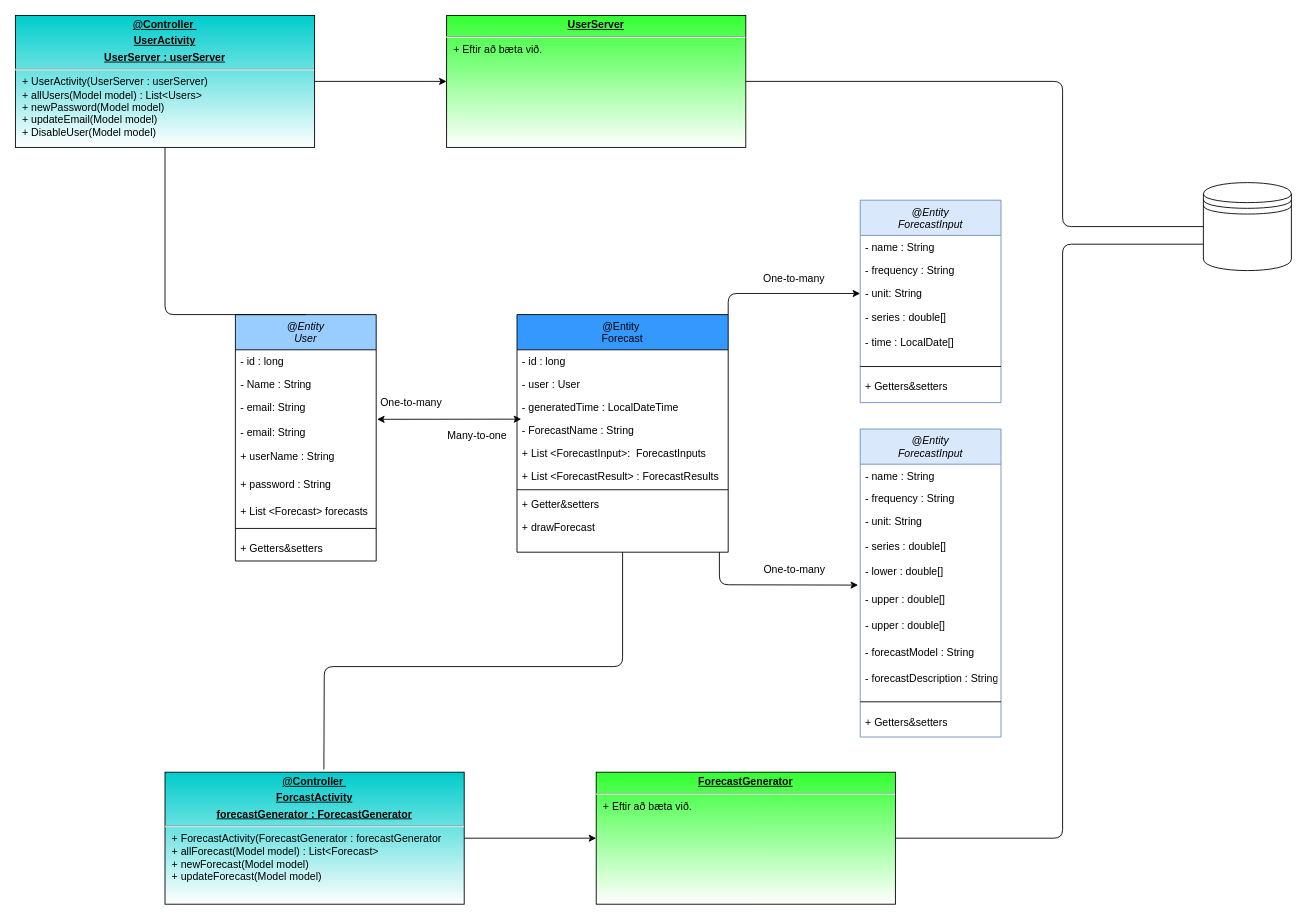
This is Verkefni2/Design.drawio from HBV501Group8/HBV601G, a draw.io file, before an edit. Source tidied: cells renumbered, new cells numbered last; positions are measured from the earlier drawing's top-left corner, leaving out a move shared by most shapes. Both pictures are drawn from the tidied source at 88%, with x=0, y=0 at pixel (15, 15).
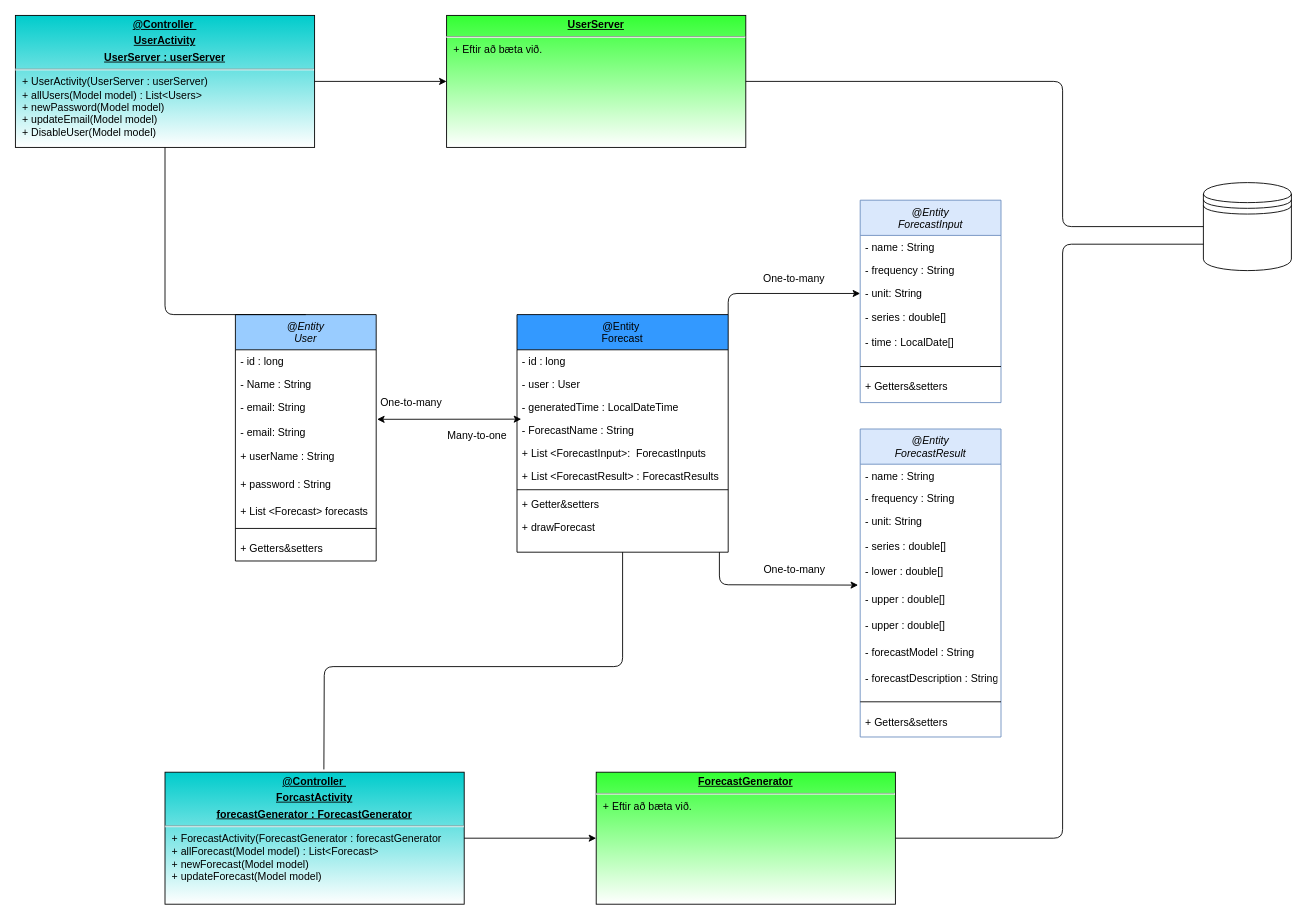
The same page after the edit.

What changed in the source:
```diff
@@
-    <mxCell id="35" value="@Entity&#10;ForecastInput" style="swimlane;fontStyle=2;align=center;verticalAlign=top;horizontal=1;startSize=40;rounded=0;shadow=0;strokeWidth=1;fillColor=#dae8fc;strokeColor=#6c8ebf;" parent="1" vertex="1">
+    <mxCell id="35" value="@Entity&#10;ForecastResult" style="swimlane;fontStyle=2;align=center;verticalAlign=top;horizontal=1;startSize=40;rounded=0;shadow=0;strokeWidth=1;fillColor=#dae8fc;strokeColor=#6c8ebf;" parent="1" vertex="1">
       <mxGeometry x="960" y="470" width="160" height="350" as="geometry" />
     </mxCell>
```
